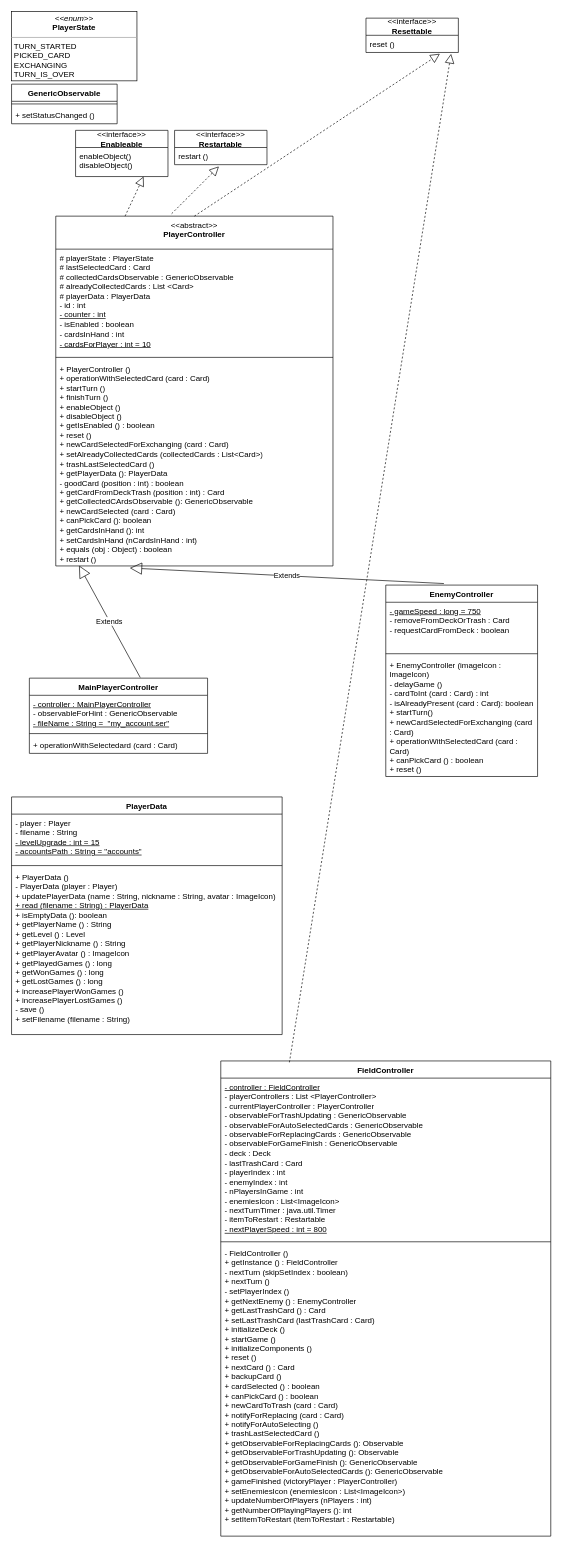
Earlier version of the draw.io diagram page "Controller" (2 of 3) of JTrash.drawio (TommasoBruni/JTrash). Source tidied: cells renumbered, new cells numbered last; positions are measured from the earlier drawing's top-left corner, leaving out a move shared by most shapes. Both pictures are drawn from the tidied source at 66%, with x=0, y=0 at pixel (11, 11).
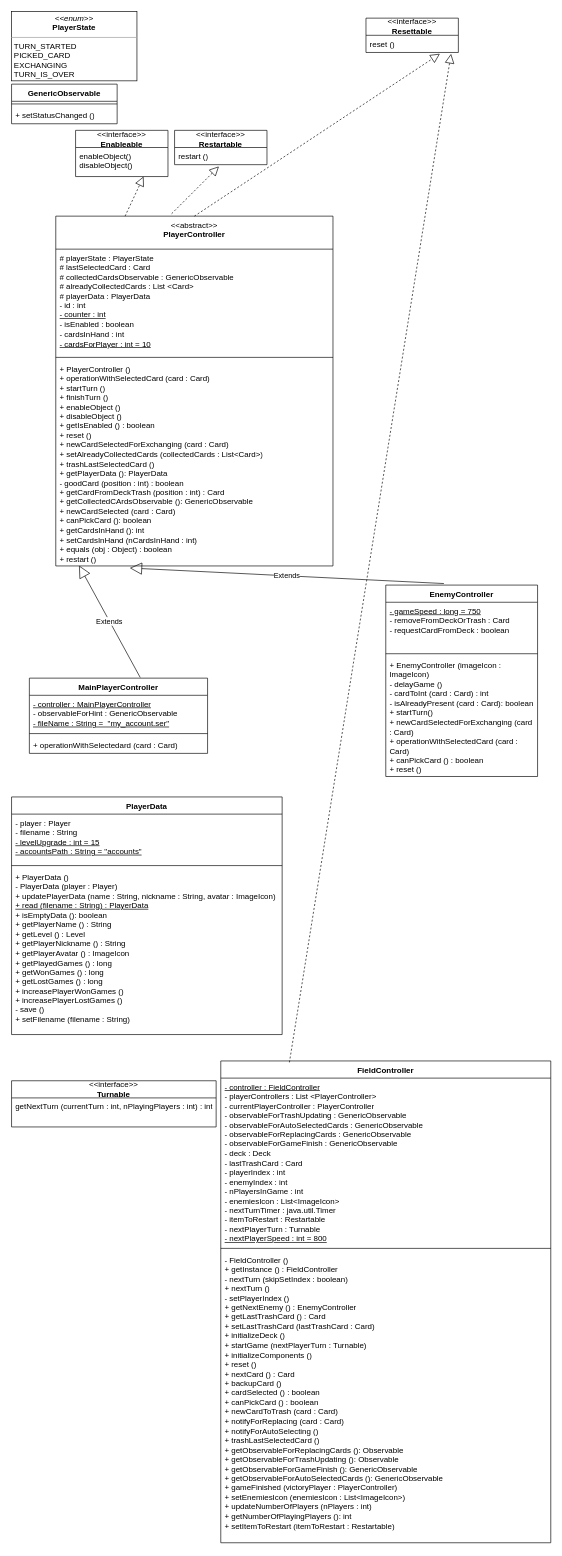
After the change.

The edit, as a diff of the source:
```diff
@@
     <mxCell id="33" value="FieldController" style="swimlane;fontStyle=1;align=center;verticalAlign=top;horizontal=1;startSize=26;whiteSpace=wrap;html=1;" parent="1" vertex="1">
-      <mxGeometry x="317" y="1590" width="500" height="720" as="geometry" />
+      <mxGeometry x="317" y="1590" width="500" height="730" as="geometry" />
     </mxCell>
-    <mxCell id="34" value="&lt;u&gt;- controller : FieldController&lt;/u&gt;&lt;br&gt;- playerControllers : List &amp;lt;PlayerController&amp;gt;&lt;br&gt;- currentPlayerController : PlayerController&lt;br&gt;- observableForTrashUpdating : GenericObservable&lt;br&gt;- observableForAutoSelectedCards : GenericObservable&lt;br&gt;- observableForReplacingCards : GenericObservable&lt;br&gt;- observableForGameFinish : GenericObservable&lt;br&gt;- deck : Deck&lt;br&gt;- lastTrashCard : Card&lt;br&gt;- playerIndex : int&lt;br&gt;- enemyIndex : int&lt;br&gt;- nPlayersInGame : int&lt;br&gt;- enemiesIcon : List&amp;lt;ImageIcon&amp;gt;&lt;br&gt;- nextTurnTimer : java.util.Timer&lt;br&gt;- itemToRestart : Restartable&lt;br&gt;&lt;u&gt;- nextPlayerSpeed : int = 800&lt;/u&gt;" style="text;strokeColor=none;fillColor=none;align=left;verticalAlign=top;spacingLeft=4;spacingRight=4;overflow=hidden;whiteSpace=wrap;html=1;" parent="33" vertex="1">
-      <mxGeometry y="26" width="500" height="244" as="geometry" />
+    <mxCell id="34" value="&lt;u&gt;- controller : FieldController&lt;/u&gt;&lt;br&gt;- playerControllers : List &amp;lt;PlayerController&amp;gt;&lt;br&gt;- currentPlayerController : PlayerController&lt;br&gt;- observableForTrashUpdating : GenericObservable&lt;br&gt;- observableForAutoSelectedCards : GenericObservable&lt;br&gt;- observableForReplacingCards : GenericObservable&lt;br&gt;- observableForGameFinish : GenericObservable&lt;br&gt;- deck : Deck&lt;br&gt;- lastTrashCard : Card&lt;br&gt;- playerIndex : int&lt;br&gt;- enemyIndex : int&lt;br&gt;- nPlayersInGame : int&lt;br&gt;- enemiesIcon : List&amp;lt;ImageIcon&amp;gt;&lt;br&gt;- nextTurnTimer : java.util.Timer&lt;br&gt;- itemToRestart : Restartable&lt;br&gt;- nextPlayerTurn : Turnable&lt;br&gt;&lt;u&gt;- nextPlayerSpeed : int = 800&lt;/u&gt;" style="text;strokeColor=none;fillColor=none;align=left;verticalAlign=top;spacingLeft=4;spacingRight=4;overflow=hidden;whiteSpace=wrap;html=1;" parent="33" vertex="1">
+      <mxGeometry y="26" width="500" height="254" as="geometry" />
     </mxCell>
     <mxCell id="35" style="line;strokeWidth=1;fillColor=none;align=left;verticalAlign=middle;spacingTop=-1;spacingLeft=3;spacingRight=3;labelPosition=right;strokeColor=inherit;" parent="33" vertex="1">
-      <mxGeometry y="270" width="500" height="8" as="geometry" />
+      <mxGeometry y="280" width="500" height="8" as="geometry" />
     </mxCell>
-    <mxCell id="36" value="- FieldController ()&lt;br&gt;+ getInstance () : FieldController&lt;br&gt;- nextTurn (skipSetIndex : boolean)&lt;br&gt;+ nextTurn ()&lt;br&gt;- setPlayerIndex ()&lt;br&gt;+ getNextEnemy () : EnemyController&lt;br&gt;+ getLastTrashCard () : Card&lt;br&gt;+ setLastTrashCard (lastTrashCard : Card)&lt;br&gt;+ initializeDeck ()&lt;br&gt;+ startGame ()&lt;br&gt;+ initializeComponents ()&lt;br&gt;+ reset ()&lt;br&gt;+ nextCard () : Card&lt;br&gt;+ backupCard ()&lt;br&gt;+ cardSelected () : boolean&lt;br&gt;+ canPickCard () : boolean&lt;br&gt;+ newCardToTrash (card : Card)&lt;br&gt;+ notifyForReplacing (card : Card)&lt;br&gt;+ notifyForAutoSelecting ()&lt;br&gt;+ trashLastSelectedCard ()&lt;br&gt;+ getObservableForReplacingCards (): Observable&lt;br&gt;+ getObservableForTrashUpdating (): Observable&lt;br&gt;+ getObservableForGameFinish (): GenericObservable&lt;br&gt;+ getObservableForAutoSelectedCards (): GenericObservable&lt;br&gt;+ gameFinished (victoryPlayer : PlayerController)&lt;br&gt;+ setEnemiesIcon (enemiesIcon : List&amp;lt;ImageIcon&amp;gt;)&lt;br&gt;+ updateNumberOfPlayers (nPlayers : int)&lt;br&gt;+ getNumberOfPlayingPlayers (): int&lt;br&gt;+ setItemToRestart (itemToRestart : Restartable)" style="text;strokeColor=none;fillColor=none;align=left;verticalAlign=top;spacingLeft=4;spacingRight=4;overflow=hidden;whiteSpace=wrap;html=1;" parent="33" vertex="1">
-      <mxGeometry y="278" width="500" height="442" as="geometry" />
+    <mxCell id="36" value="- FieldController ()&lt;br&gt;+ getInstance () : FieldController&lt;br&gt;- nextTurn (skipSetIndex : boolean)&lt;br&gt;+ nextTurn ()&lt;br&gt;- setPlayerIndex ()&lt;br&gt;+ getNextEnemy () : EnemyController&lt;br&gt;+ getLastTrashCard () : Card&lt;br&gt;+ setLastTrashCard (lastTrashCard : Card)&lt;br&gt;+ initializeDeck ()&lt;br&gt;+ startGame (nextPlayerTurn : Turnable)&lt;br&gt;+ initializeComponents ()&lt;br&gt;+ reset ()&lt;br&gt;+ nextCard () : Card&lt;br&gt;+ backupCard ()&lt;br&gt;+ cardSelected () : boolean&lt;br&gt;+ canPickCard () : boolean&lt;br&gt;+ newCardToTrash (card : Card)&lt;br&gt;+ notifyForReplacing (card : Card)&lt;br&gt;+ notifyForAutoSelecting ()&lt;br&gt;+ trashLastSelectedCard ()&lt;br&gt;+ getObservableForReplacingCards (): Observable&lt;br&gt;+ getObservableForTrashUpdating (): Observable&lt;br&gt;+ getObservableForGameFinish (): GenericObservable&lt;br&gt;+ getObservableForAutoSelectedCards (): GenericObservable&lt;br&gt;+ gameFinished (victoryPlayer : PlayerController)&lt;br&gt;+ setEnemiesIcon (enemiesIcon : List&amp;lt;ImageIcon&amp;gt;)&lt;br&gt;+ updateNumberOfPlayers (nPlayers : int)&lt;br&gt;+ getNumberOfPlayingPlayers (): int&lt;br&gt;+ setItemToRestart (itemToRestart : Restartable)" style="text;strokeColor=none;fillColor=none;align=left;verticalAlign=top;spacingLeft=4;spacingRight=4;overflow=hidden;whiteSpace=wrap;html=1;" parent="33" vertex="1">
+      <mxGeometry y="288" width="500" height="442" as="geometry" />
     </mxCell>
@@
+    <mxCell id="38" value="&amp;lt;&amp;lt;interface&amp;gt;&amp;gt;&lt;br&gt;&lt;b&gt;Turnable&lt;/b&gt;" style="swimlane;fontStyle=0;horizontal=1;startSize=26;fillColor=none;whiteSpace=wrap;html=1;" parent="1" vertex="1">
+      <mxGeometry y="1620" width="310" height="70" as="geometry" />
+    </mxCell>
+    <mxCell id="39" value="getNextTurn (currentTurn : int, nPlayingPlayers : int) : int" style="text;strokeColor=none;fillColor=none;align=left;verticalAlign=top;spacingLeft=4;spacingRight=4;overflow=hidden;whiteSpace=wrap;html=1;" parent="38" vertex="1">
+      <mxGeometry y="26" width="310" height="44" as="geometry" />
+    </mxCell>
```
